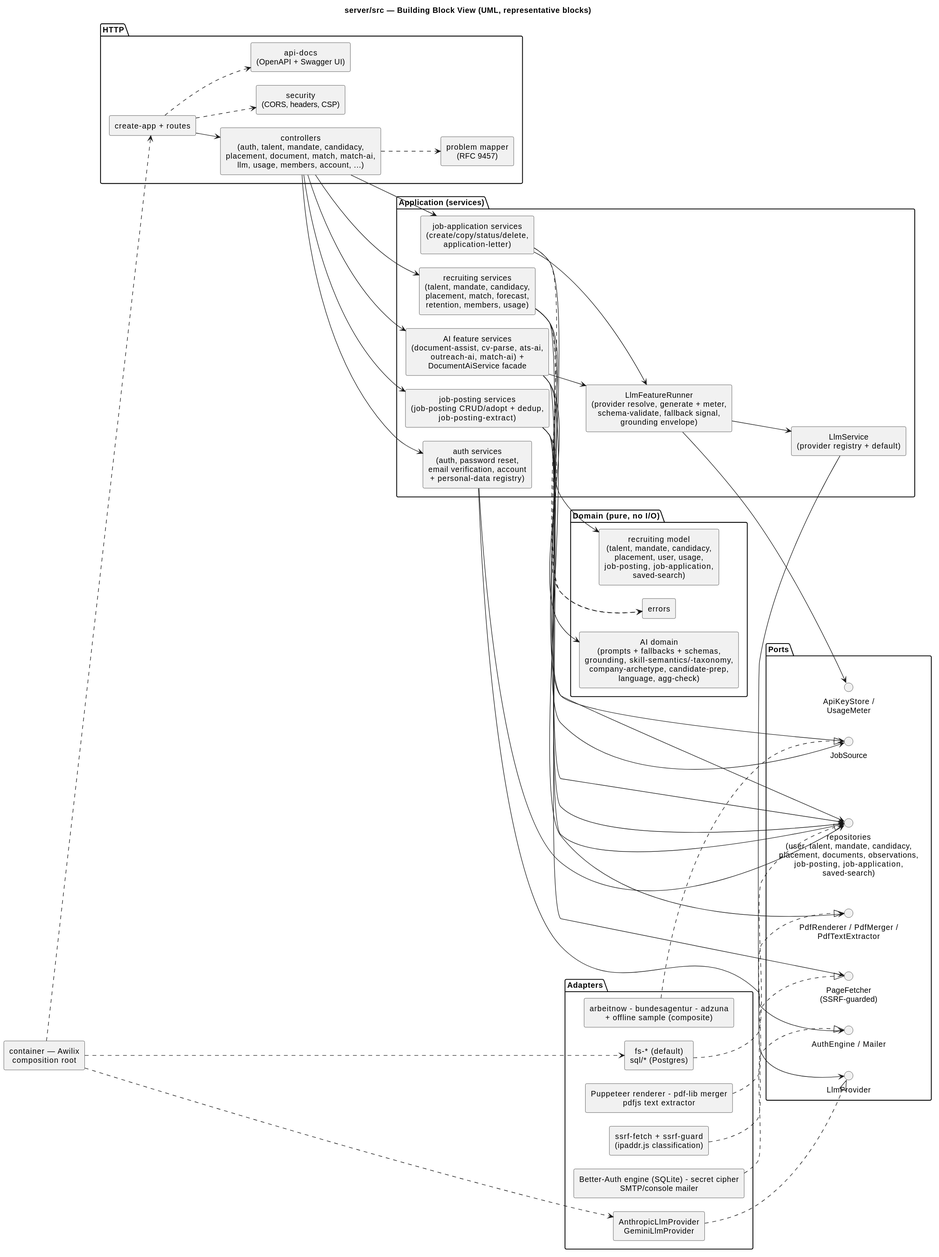
Earlier version of the PlantUML export docs/umls/05_building_blocks.svg (NexusHero/Resume). Its source is kept beside it as docs/umls/05_building_blocks.puml.
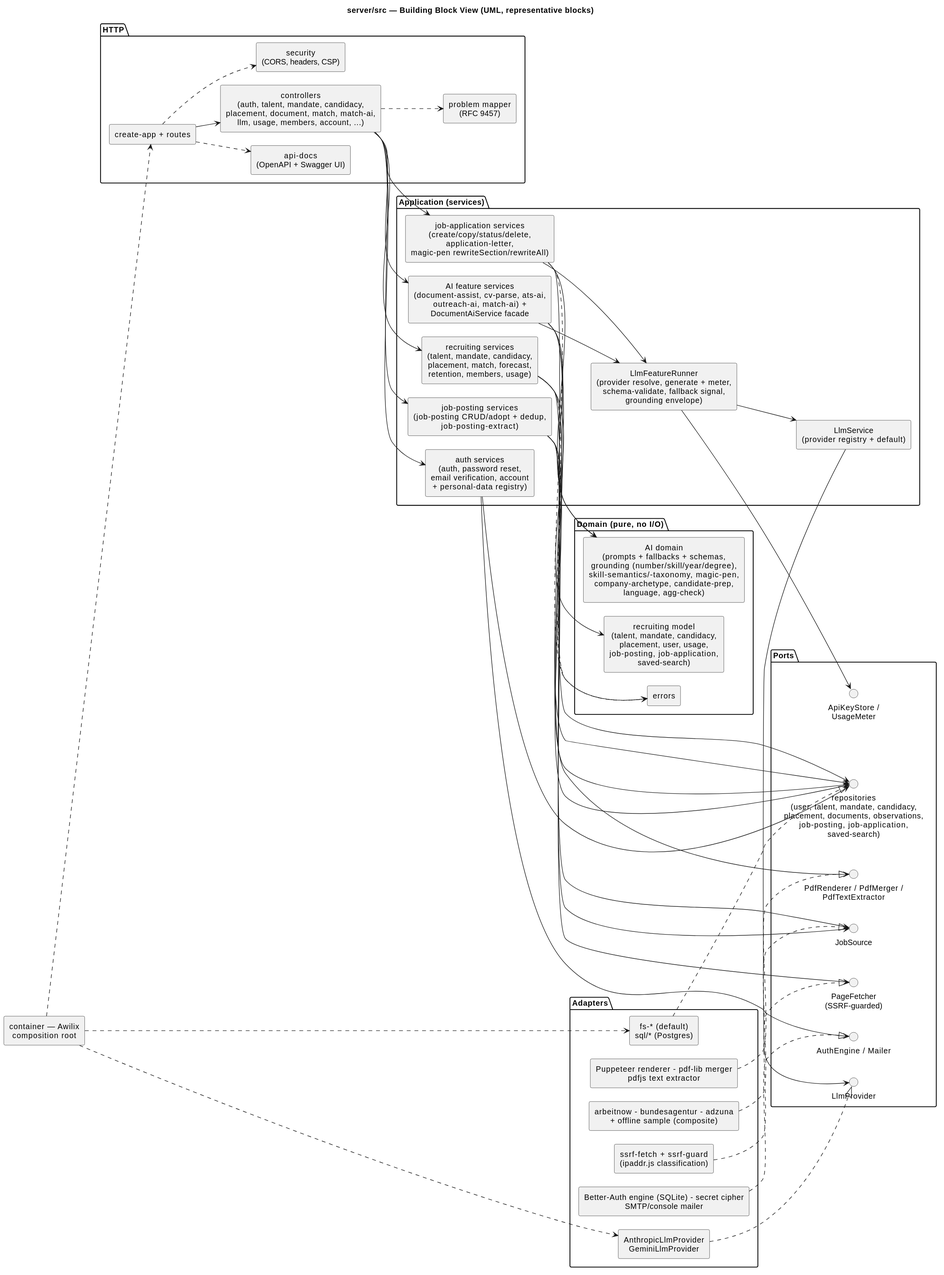
Above is the later version.

Change to the diagram source:
```diff
@@ -21,14 +21,14 @@
   [AI feature services\n(document-assist, cv-parse, ats-ai,\noutreach-ai, match-ai) +\nDocumentAiService facade] as AiSvc
   [recruiting services\n(talent, mandate, candidacy,\nplacement, match, forecast,\nretention, members, usage)] as RecSvc
   [job-posting services\n(job-posting CRUD/adopt + dedup,\njob-posting-extract)] as JobPostingSvc
-  [job-application services\n(create/copy/status/delete,\napplication-letter)] as JobAppSvc
+  [job-application services\n(create/copy/status/delete,\napplication-letter,\nmagic-pen rewriteSection/rewriteAll)] as JobAppSvc
   [auth services\n(auth, password reset,\nemail verification, account\n+ personal-data registry)] as AuthSvc
   [LlmService\n(provider registry + default)] as LlmSvc
 }
 
 package "Domain (pure, no I/O)" {
   [recruiting model\n(talent, mandate, candidacy,\nplacement, user, usage,\njob-posting, job-application,\nsaved-search)] as Model
-  [AI domain\n(prompts + fallbacks + schemas,\ngrounding, skill-semantics/-taxonomy,\ncompany-archetype, candidate-prep,\nlanguage, agg-check)] as AiDomain
+  [AI domain\n(prompts + fallbacks + schemas,\ngrounding (number/skill/year/degree),\nskill-semantics/-taxonomy, magic-pen,\ncompany-archetype, candidate-prep,\nlanguage, agg-check)] as AiDomain
   [errors] as DomainErrors
 }
 
@@ -76,6 +76,7 @@
 JobPostingSvc --> PageFetcher
 JobAppSvc --> Repos
 JobAppSvc --> Runner
+JobAppSvc --> AiDomain
 RecSvc ..> DomainErrors
 JobPostingSvc ..> DomainErrors
 JobAppSvc ..> DomainErrors
```
